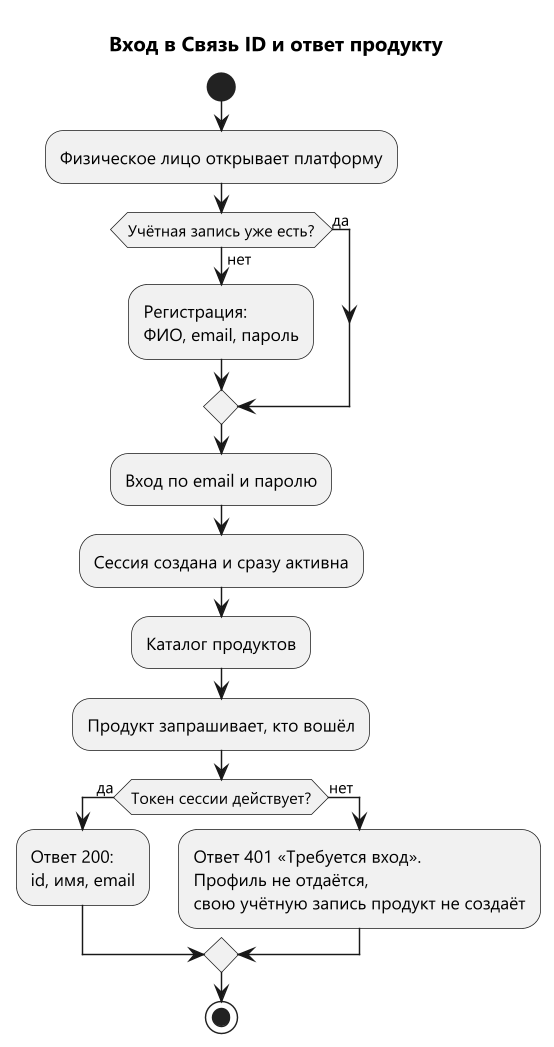
Before: docs/diagrams/activity-entry.png, a diagram exported from PlantUML (Wladislava1/integrator-platform). Its diagram source:
```plantuml
@startuml activity-entry
!pragma layout smetana
skinparam defaultFontName Segoe UI
skinparam dpi 140
title Вход в Связь ID и ответ продукту

start
:Физическое лицо открывает платформу;
if (Учётная запись уже есть?) then (нет)
  :Регистрация:\nФИО, email, пароль;
else (да)
endif
:Вход по email и паролю;
:Сессия создана и сразу активна;
:Каталог продуктов;
:Продукт запрашивает, кто вошёл;
if (Токен сессии действует?) then (да)
  :Ответ 200:\nid, имя, email;
else (нет)
  :Ответ 401 «Требуется вход».\nПрофиль не отдаётся,\nсвою учётную запись продукт не создаёт;
endif
stop
@enduml
```
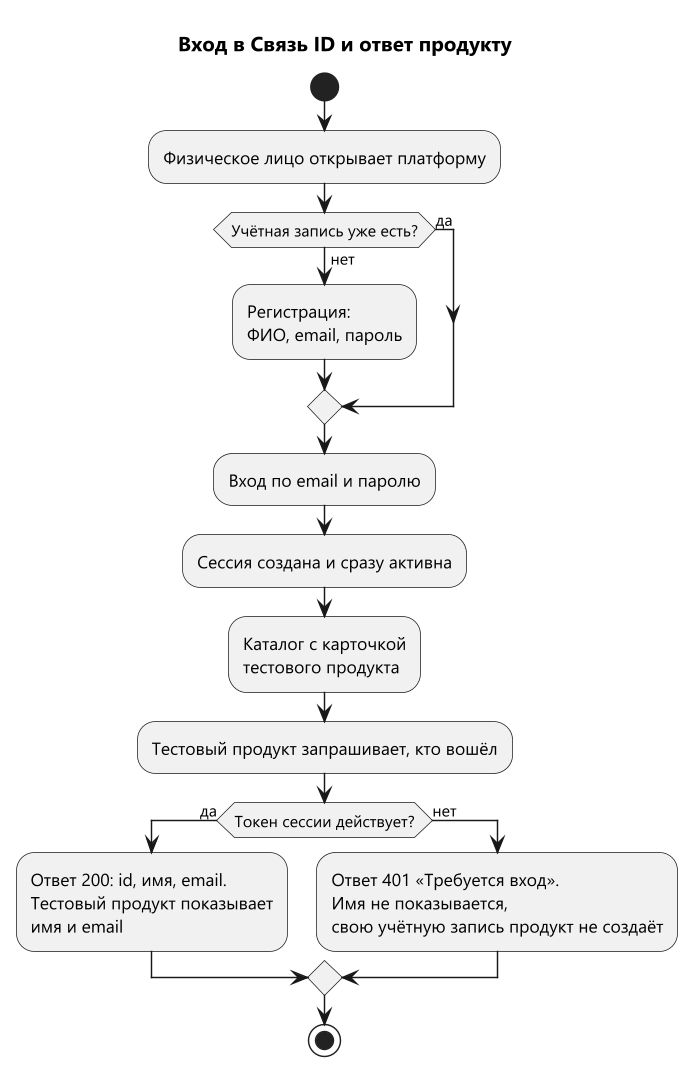
Above is the later version.

Diff of the diagram source:
```diff
@@ -12,12 +12,12 @@
 endif
 :Вход по email и паролю;
 :Сессия создана и сразу активна;
-:Каталог продуктов;
-:Продукт запрашивает, кто вошёл;
+:Каталог с карточкой\nтестового продукта;
+:Тестовый продукт запрашивает, кто вошёл;
 if (Токен сессии действует?) then (да)
-  :Ответ 200:\nid, имя, email;
+  :Ответ 200: id, имя, email.\nТестовый продукт показывает\nимя и email;
 else (нет)
-  :Ответ 401 «Требуется вход».\nПрофиль не отдаётся,\nсвою учётную запись продукт не создаёт;
+  :Ответ 401 «Требуется вход».\nИмя не показывается,\nсвою учётную запись продукт не создаёт;
 endif
 stop
 @enduml
```
